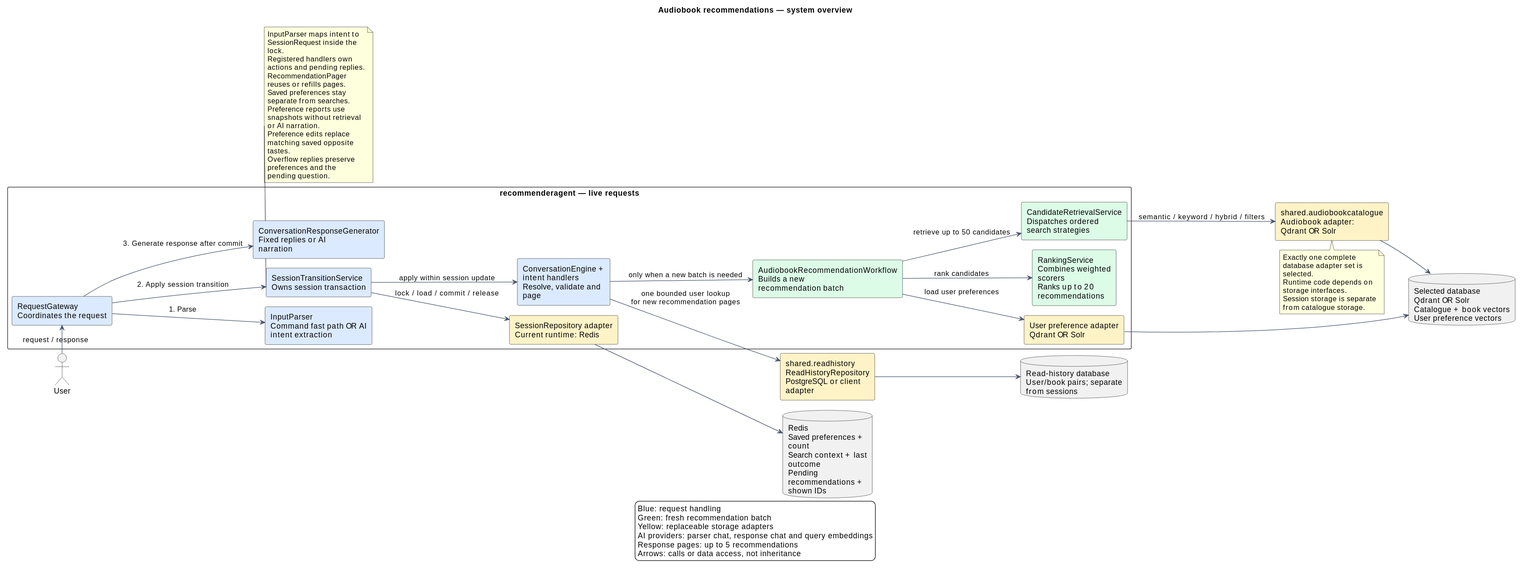
Earlier version of the PlantUML export docs/diagrams/system-overview.svg (Juliu9/IT-Project).
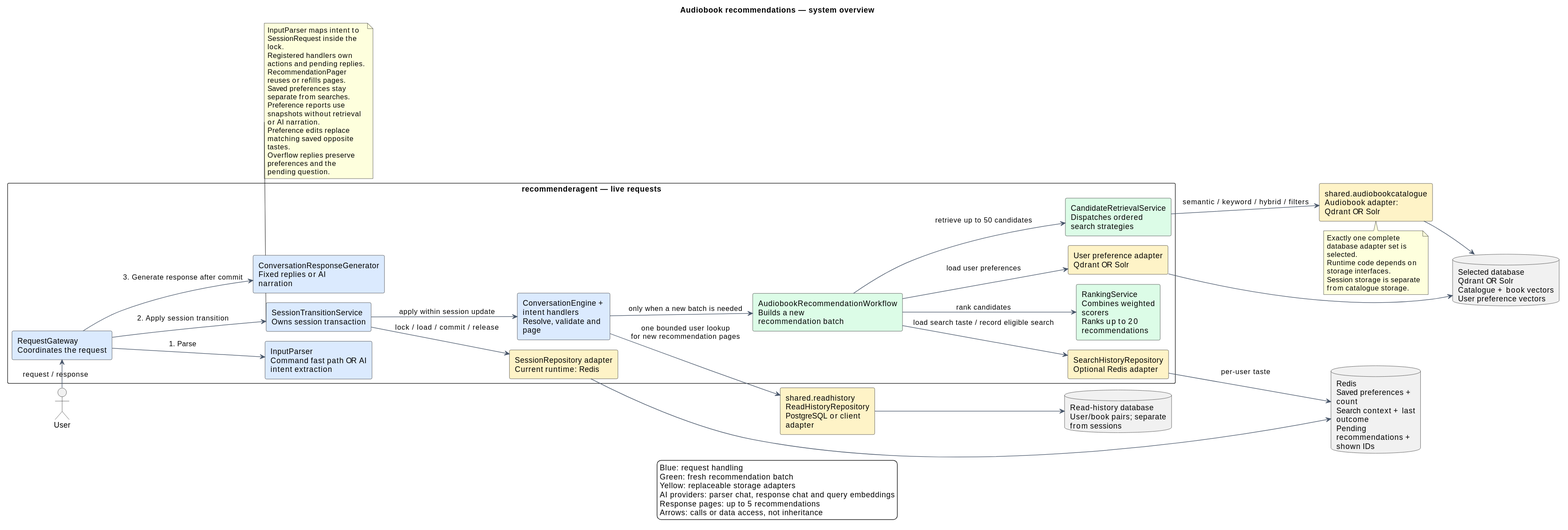
Later version of the same file.

What changed in the source:
```diff
@@ -21,6 +21,7 @@
   component "RankingService\nCombines weighted scorers\nRanks up to 20 recommendations" as Ranking #DCFCE7
   component "ConversationResponseGenerator\nFixed replies or AI narration" as Response #DBEAFE
   component "User preference adapter\nQdrant OR Solr" as UserAdapter #FEF3C7
+  component "SearchHistoryRepository\nOptional Redis adapter" as SearchHistory #FEF3C7
   component "SessionRepository adapter\nCurrent runtime: Redis" as SessionStore #FEF3C7
 }
 component "shared.audiobookcatalogue\nAudiobook adapter: Qdrant OR Solr" as Adapter #FEF3C7
@@ -39,6 +40,8 @@
 ReadHistory --> HistoryDatabase
 Engine --> Workflow : only when a new batch is needed
 Workflow --> UserAdapter : load user preferences
+Workflow --> SearchHistory : load search taste / record eligible search
+SearchHistory --> Redis : per-user taste
 UserAdapter --> Qdrant
 Workflow --> Retrieval : retrieve up to 50 candidates
 Retrieval --> Adapter : semantic / keyword / hybrid / filters
```
